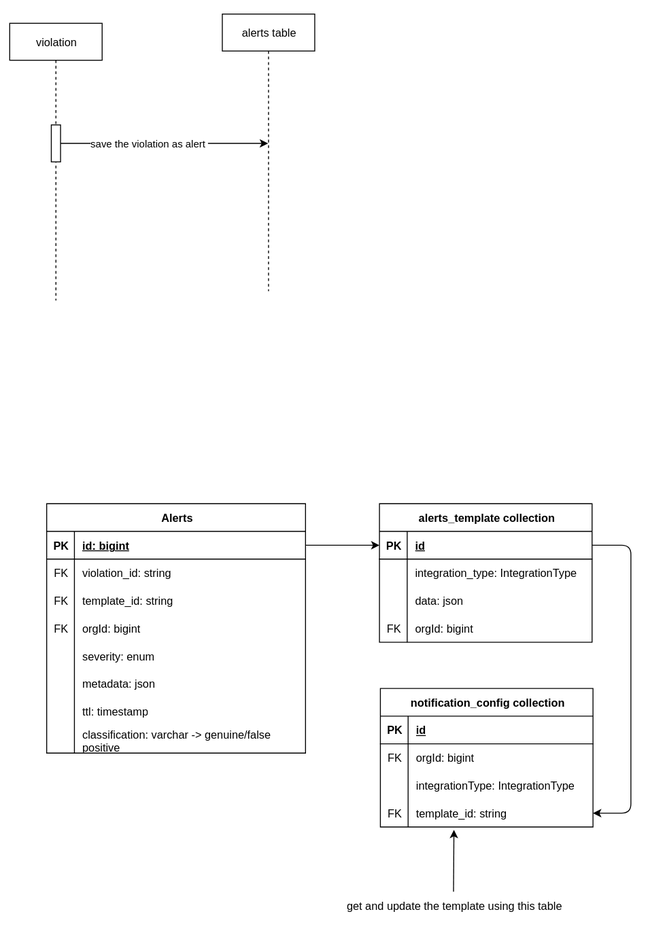
This is alert system digrams.svg from rishabh-j-23/obsidian-notes, a draw.io export, as it was before one commit. Source tidied: cells renumbered, new cells last; positions are measured from the earlier drawing's top-left corner, leaving out a move shared by most shapes.
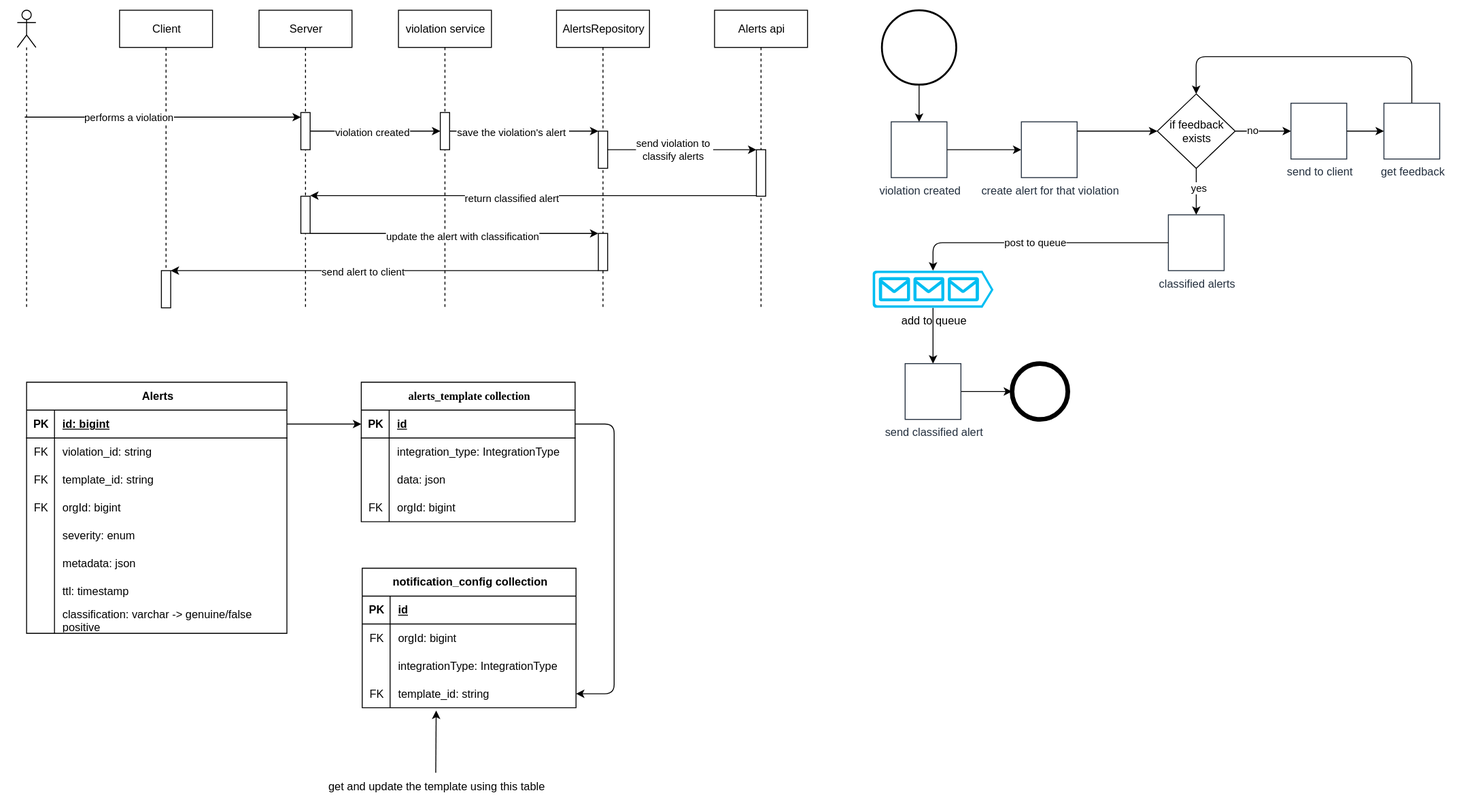
Above is the later version.

The edit, as a diff of the source:
```diff
@@ -1,30 +1,35 @@
-<mxGraphModel background="#FFFFFF">
+<mxGraphModel>
   <root>
     <mxCell id="0" />
     <mxCell id="1" parent="0" />
-    <mxCell id="2" style="edgeStyle=none;html=1;curved=0;rounded=0;" parent="1" edge="1">
+    <mxCell id="2" style="edgeStyle=none;html=1;curved=0;rounded=0;" parent="1" edge="1" target="62">
       <mxGeometry relative="1" as="geometry">
-        <mxPoint x="55" y="140" as="sourcePoint" />
-        <mxPoint x="279.5" y="140" as="targetPoint" />
+        <mxPoint x="495" y="260" as="sourcePoint" />
         <Array as="points">
-          <mxPoint x="70" y="140" />
+          <mxPoint x="510" y="260" />
         </Array>
       </mxGeometry>
     </mxCell>
-    <mxCell id="3" value="save the violation as alert&amp;nbsp;" style="edgeLabel;html=1;align=center;verticalAlign=middle;" parent="2" vertex="1">
+    <mxCell id="3" value="save the violation's alert&amp;nbsp;" style="edgeLabel;html=1;align=center;verticalAlign=middle;" parent="2" vertex="1">
       <mxGeometry x="-0.11" y="2" relative="1" as="geometry">
         <mxPoint x="-4" y="2" as="offset" />
       </mxGeometry>
     </mxCell>
-    <mxCell id="4" value="violation" style="shape=umlLifeline;perimeter=lifelinePerimeter;whiteSpace=wrap;html=1;newEdgeStyle={&quot;curved&quot;:0,&quot;rounded&quot;:0};" parent="1" vertex="1">
-      <mxGeometry y="10" width="100" height="300" as="geometry" />
+    <mxCell id="4" value="violation service" style="shape=umlLifeline;perimeter=lifelinePerimeter;whiteSpace=wrap;html=1;newEdgeStyle={&quot;curved&quot;:0,&quot;rounded&quot;:0};" parent="1" vertex="1">
+      <mxGeometry x="440" y="130" width="100" height="320" as="geometry" />
     </mxCell>
     <mxCell id="5" style="html=1;points=[[0,0,0,0,5],[0,1,0,0,-5],[1,0,0,0,5],[1,1,0,0,-5]];perimeter=orthogonalPerimeter;outlineConnect=0;targetShapes=umlLifeline;portConstraint=eastwest;newEdgeStyle={&quot;curved&quot;:0,&quot;rounded&quot;:0};" parent="4" vertex="1">
       <mxGeometry x="45" y="110" width="10" height="40" as="geometry" />
     </mxCell>
-    <mxCell id="6" value="alerts table&lt;br&gt;" style="shape=umlLifeline;perimeter=lifelinePerimeter;whiteSpace=wrap;html=1;newEdgeStyle={&quot;curved&quot;:0,&quot;rounded&quot;:0};" parent="1" vertex="1">
-      <mxGeometry x="230" width="100" height="300" as="geometry" />
+    <mxCell id="6" value="AlertsRepository" style="shape=umlLifeline;perimeter=lifelinePerimeter;whiteSpace=wrap;html=1;newEdgeStyle={&quot;curved&quot;:0,&quot;rounded&quot;:0};" parent="1" vertex="1">
+      <mxGeometry x="610" y="130" width="100" height="320" as="geometry" />
     </mxCell>
+    <mxCell id="62" style="html=1;points=[[0,0,0,0,5],[0,1,0,0,-5],[1,0,0,0,5],[1,1,0,0,-5]];perimeter=orthogonalPerimeter;outlineConnect=0;targetShapes=umlLifeline;portConstraint=eastwest;newEdgeStyle={&quot;curved&quot;:0,&quot;rounded&quot;:0};" parent="6" vertex="1">
+      <mxGeometry x="45" y="130" width="10" height="40" as="geometry" />
+    </mxCell>
+    <mxCell id="63" style="html=1;points=[[0,0,0,0,5],[0,1,0,0,-5],[1,0,0,0,5],[1,1,0,0,-5]];perimeter=orthogonalPerimeter;outlineConnect=0;targetShapes=umlLifeline;portConstraint=eastwest;newEdgeStyle={&quot;curved&quot;:0,&quot;rounded&quot;:0};" parent="6" vertex="1">
+      <mxGeometry x="45" y="240" width="10" height="40" as="geometry" />
+    </mxCell>
     <mxCell id="7" value="Alerts" style="shape=table;startSize=30;rowLines=0;fontStyle=1;align=center;html=1;" parent="1" vertex="1">
       <mxGeometry x="40" y="530" width="280" height="270" as="geometry" />
     </mxCell>
@@ -100,7 +105,7 @@
     <mxCell id="31" value="classification: varchar -&amp;gt; genuine/false positive" style="shape=partialRectangle;fillColor=none;top=0;left=0;bottom=0;right=0;align=left;spacingLeft=6;overflow=hidden;whiteSpace=wrap;html=1;" parent="29" vertex="1">
       <mxGeometry x="30" width="250" height="30" as="geometry" />
     </mxCell>
-    <mxCell id="32" value="alerts_template collection" style="shape=table;startSize=30;rowLines=0;fontStyle=1;align=center;html=1;" parent="1" vertex="1">
+    <mxCell id="32" value="&lt;font face=&quot;Fira Code Nerd Font&quot;&gt;alerts_template collection&lt;/font&gt;" style="shape=table;startSize=30;rowLines=0;fontStyle=1;align=center;html=1;" parent="1" vertex="1">
       <mxGeometry x="400" y="530" width="230" height="150" as="geometry" />
     </mxCell>
     <mxCell id="33" style="shape=tableRow;horizontal=0;startSize=0;swimlaneHead=0;swimlaneBody=0;fillColor=none;points=[[0,0.5],[1,0.5]];portConstraint=eastwest;top=0;left=0;right=0;bottom=1;" parent="32" vertex="1">
@@ -195,5 +200,160 @@
     <mxCell id="61" style="edgeStyle=none;html=1;entryX=0.346;entryY=1.103;entryDx=0;entryDy=0;entryPerimeter=0;" parent="1" edge="1" source="60" target="56">
       <mxGeometry relative="1" as="geometry" />
     </mxCell>
+    <mxCell id="64" value="Alerts api" style="shape=umlLifeline;perimeter=lifelinePerimeter;whiteSpace=wrap;html=1;newEdgeStyle={&quot;curved&quot;:0,&quot;rounded&quot;:0};" parent="1" vertex="1">
+      <mxGeometry x="780" y="130" width="100" height="320" as="geometry" />
+    </mxCell>
+    <mxCell id="65" style="html=1;points=[[0,0,0,0,5],[0,1,0,0,-5],[1,0,0,0,5],[1,1,0,0,-5]];perimeter=orthogonalPerimeter;outlineConnect=0;targetShapes=umlLifeline;portConstraint=eastwest;newEdgeStyle={&quot;curved&quot;:0,&quot;rounded&quot;:0};" parent="64" vertex="1">
+      <mxGeometry x="45" y="150" width="10" height="50" as="geometry" />
+    </mxCell>
+    <mxCell id="66" style="edgeStyle=none;html=1;curved=0;rounded=0;" parent="1" edge="1" source="62" target="65">
+      <mxGeometry relative="1" as="geometry" />
+    </mxCell>
+    <mxCell id="67" value="send violation to&amp;nbsp;&lt;br&gt;classify alerts&amp;nbsp;" style="edgeLabel;html=1;align=center;verticalAlign=middle;" parent="66" vertex="1">
+      <mxGeometry x="-0.13" y="1" relative="1" as="geometry" />
+    </mxCell>
+    <mxCell id="68" value="Server" style="shape=umlLifeline;perimeter=lifelinePerimeter;whiteSpace=wrap;html=1;newEdgeStyle={&quot;curved&quot;:0,&quot;rounded&quot;:0};" parent="1" vertex="1">
+      <mxGeometry x="290" y="130" width="100" height="320" as="geometry" />
+    </mxCell>
+    <mxCell id="69" style="html=1;points=[[0,0,0,0,5],[0,1,0,0,-5],[1,0,0,0,5],[1,1,0,0,-5]];perimeter=orthogonalPerimeter;outlineConnect=0;targetShapes=umlLifeline;portConstraint=eastwest;newEdgeStyle={&quot;curved&quot;:0,&quot;rounded&quot;:0};" parent="68" vertex="1">
+      <mxGeometry x="45" y="110" width="10" height="40" as="geometry" />
+    </mxCell>
+    <mxCell id="70" style="html=1;points=[[0,0,0,0,5],[0,1,0,0,-5],[1,0,0,0,5],[1,1,0,0,-5]];perimeter=orthogonalPerimeter;outlineConnect=0;targetShapes=umlLifeline;portConstraint=eastwest;newEdgeStyle={&quot;curved&quot;:0,&quot;rounded&quot;:0};" parent="68" vertex="1">
+      <mxGeometry x="45" y="200" width="10" height="40" as="geometry" />
+    </mxCell>
+    <mxCell id="71" style="edgeStyle=none;html=1;curved=0;rounded=0;" parent="1" edge="1" source="69" target="5">
+      <mxGeometry relative="1" as="geometry" />
+    </mxCell>
+    <mxCell id="72" value="violation created" style="edgeLabel;html=1;align=center;verticalAlign=middle;" parent="71" vertex="1">
+      <mxGeometry x="-0.06" relative="1" as="geometry" />
+    </mxCell>
+    <mxCell id="73" style="edgeStyle=none;html=1;curved=0;rounded=0;" parent="1" edge="1">
+      <mxGeometry relative="1" as="geometry">
+        <mxPoint x="825" y="329.3" as="sourcePoint" />
+        <mxPoint x="345" y="329.3" as="targetPoint" />
+      </mxGeometry>
+    </mxCell>
+    <mxCell id="74" value="return classified alert" style="edgeLabel;html=1;align=center;verticalAlign=middle;" parent="73" vertex="1">
+      <mxGeometry x="0.12" y="2" relative="1" as="geometry">
+        <mxPoint x="5" y="-1" as="offset" />
+      </mxGeometry>
+    </mxCell>
+    <mxCell id="75" style="edgeStyle=none;html=1;curved=0;rounded=0;" parent="1" edge="1" source="70" target="63">
+      <mxGeometry relative="1" as="geometry">
+        <Array as="points">
+          <mxPoint x="540" y="370" />
+        </Array>
+      </mxGeometry>
+    </mxCell>
+    <mxCell id="76" value="update the alert with classification" style="edgeLabel;html=1;align=center;verticalAlign=middle;" parent="75" vertex="1">
+      <mxGeometry x="0.05" y="-2" relative="1" as="geometry" />
+    </mxCell>
+    <mxCell id="77" value="Client" style="shape=umlLifeline;perimeter=lifelinePerimeter;whiteSpace=wrap;html=1;newEdgeStyle={&quot;curved&quot;:0,&quot;rounded&quot;:0};" parent="1" vertex="1">
+      <mxGeometry x="140" y="130" width="100" height="320" as="geometry" />
+    </mxCell>
+    <mxCell id="78" style="html=1;points=[[0,0,0,0,5],[0,1,0,0,-5],[1,0,0,0,5],[1,1,0,0,-5]];perimeter=orthogonalPerimeter;outlineConnect=0;targetShapes=umlLifeline;portConstraint=eastwest;newEdgeStyle={&quot;curved&quot;:0,&quot;rounded&quot;:0};" parent="77" vertex="1">
+      <mxGeometry x="45" y="280" width="10" height="40" as="geometry" />
+    </mxCell>
+    <mxCell id="79" style="edgeStyle=none;html=1;curved=0;rounded=0;" parent="1" edge="1" source="63" target="78">
+      <mxGeometry relative="1" as="geometry" />
+    </mxCell>
+    <mxCell id="80" value="send alert to client" style="edgeLabel;html=1;align=center;verticalAlign=middle;" parent="79" vertex="1">
+      <mxGeometry x="0.11" y="3" relative="1" as="geometry">
+        <mxPoint y="-3" as="offset" />
+      </mxGeometry>
+    </mxCell>
+    <mxCell id="81" style="shape=umlLifeline;perimeter=lifelinePerimeter;whiteSpace=wrap;html=1;outlineConnect=0;portConstraint=eastwest;newEdgeStyle={&quot;curved&quot;:0,&quot;rounded&quot;:0};participant=umlActor;" parent="1" vertex="1">
+      <mxGeometry x="30" y="130" width="20" height="320" as="geometry" />
+    </mxCell>
+    <mxCell id="82" style="edgeStyle=none;html=1;curved=0;rounded=0;entryX=0;entryY=0;entryDx=0;entryDy=5;entryPerimeter=0;" parent="1" edge="1" source="81" target="69">
+      <mxGeometry relative="1" as="geometry" />
+    </mxCell>
+    <mxCell id="83" value="performs a violation" style="edgeLabel;html=1;align=center;verticalAlign=middle;" parent="82" vertex="1">
+      <mxGeometry x="-0.26" y="1" relative="1" as="geometry" />
+    </mxCell>
+    <mxCell id="84" style="edgeStyle=none;html=1;entryX=0.5;entryY=0;entryDx=0;entryDy=0;" parent="1" edge="1" source="85">
+      <mxGeometry relative="1" as="geometry">
+        <mxPoint x="1000" y="250" as="targetPoint" />
+      </mxGeometry>
+    </mxCell>
+    <mxCell id="85" style="strokeWidth=2;html=1;shape=mxgraph.flowchart.start_2;whiteSpace=wrap;" parent="1" vertex="1">
+      <mxGeometry x="960" y="130" width="80" height="80" as="geometry" />
+    </mxCell>
+    <mxCell id="86" style="edgeStyle=none;html=1;exitX=0.5;exitY=1;exitDx=0;exitDy=0;" parent="1" edge="1" source="99" target="92">
+      <mxGeometry relative="1" as="geometry" />
+    </mxCell>
+    <mxCell id="87" value="yes" style="edgeLabel;html=1;align=center;verticalAlign=middle;" parent="86" vertex="1">
+      <mxGeometry x="-0.16" y="1" relative="1" as="geometry" />
+    </mxCell>
+    <mxCell id="88" style="edgeStyle=none;html=1;" parent="1" edge="1" source="89" target="90">
+      <mxGeometry relative="1" as="geometry" />
+    </mxCell>
+    <mxCell id="89" value="violation created&lt;br&gt;" style="sketch=0;outlineConnect=0;fontColor=#232F3E;gradientColor=none;strokeColor=#232F3E;fillColor=#ffffff;dashed=0;verticalLabelPosition=bottom;verticalAlign=top;align=center;html=1;fontSize=12;fontStyle=0;shape=mxgraph.aws4.resourceIcon;resIcon=mxgraph.aws4.event_event_based;" parent="1" vertex="1">
+      <mxGeometry x="970" y="250" width="60" height="60" as="geometry" />
+    </mxCell>
+    <mxCell id="90" value="create alert for that violation&lt;br&gt;" style="sketch=0;outlineConnect=0;fontColor=#232F3E;gradientColor=none;strokeColor=#232F3E;fillColor=#ffffff;dashed=0;verticalLabelPosition=bottom;verticalAlign=top;align=center;html=1;fontSize=12;fontStyle=0;shape=mxgraph.aws4.resourceIcon;resIcon=mxgraph.aws4.event_event_based;" parent="1" vertex="1">
+      <mxGeometry x="1110" y="250" width="60" height="60" as="geometry" />
+    </mxCell>
+    <mxCell id="91" style="edgeStyle=none;html=1;entryX=0;entryY=0.5;entryDx=0;entryDy=0;" parent="1" edge="1" source="90" target="99">
+      <mxGeometry relative="1" as="geometry">
+        <Array as="points">
+          <mxPoint x="1170" y="260" />
+        </Array>
+      </mxGeometry>
+    </mxCell>
+    <mxCell id="92" value="classified alerts" style="sketch=0;outlineConnect=0;fontColor=#232F3E;gradientColor=none;strokeColor=#232F3E;fillColor=#ffffff;dashed=0;verticalLabelPosition=bottom;verticalAlign=top;align=center;html=1;fontSize=12;fontStyle=0;shape=mxgraph.aws4.resourceIcon;resIcon=mxgraph.aws4.event_event_based;" parent="1" vertex="1">
+      <mxGeometry x="1268.1" y="350" width="60" height="60" as="geometry" />
+    </mxCell>
+    <mxCell id="93" style="edgeStyle=none;html=1;" parent="1" edge="1" source="94" target="105">
+      <mxGeometry relative="1" as="geometry" />
+    </mxCell>
+    <mxCell id="94" value="add to queue" style="verticalLabelPosition=bottom;html=1;verticalAlign=top;align=center;strokeColor=none;fillColor=#00BEF2;shape=mxgraph.azure.queue_generic;" parent="1" vertex="1">
+      <mxGeometry x="950" y="410" width="130" height="40" as="geometry" />
+    </mxCell>
+    <mxCell id="95" style="edgeStyle=none;html=1;entryX=0.5;entryY=0;entryDx=0;entryDy=0;entryPerimeter=0;" parent="1" edge="1" source="92" target="94">
+      <mxGeometry relative="1" as="geometry">
+        <Array as="points">
+          <mxPoint x="1015" y="380" />
+        </Array>
+      </mxGeometry>
+    </mxCell>
+    <mxCell id="96" value="post to queue" style="edgeLabel;html=1;align=center;verticalAlign=middle;" parent="95" vertex="1">
+      <mxGeometry x="0.03" y="-1" relative="1" as="geometry" />
+    </mxCell>
+    <mxCell id="97" style="edgeStyle=none;html=1;exitX=1;exitY=0.5;exitDx=0;exitDy=0;" parent="1" edge="1" source="99" target="101">
+      <mxGeometry relative="1" as="geometry" />
+    </mxCell>
+    <mxCell id="98" value="no" style="edgeLabel;html=1;align=center;verticalAlign=middle;" parent="97" vertex="1">
+      <mxGeometry x="-0.4" y="2" relative="1" as="geometry" />
+    </mxCell>
+    <mxCell id="99" value="if feedback exists" style="rhombus;whiteSpace=wrap;html=1;" parent="1" vertex="1">
+      <mxGeometry x="1256.2" y="220" width="83.8" height="80" as="geometry" />
+    </mxCell>
+    <mxCell id="100" style="edgeStyle=none;html=1;entryX=0;entryY=0.5;entryDx=0;entryDy=0;" parent="1" edge="1" source="101" target="103">
+      <mxGeometry relative="1" as="geometry" />
+    </mxCell>
+    <mxCell id="101" value="send to client" style="sketch=0;outlineConnect=0;fontColor=#232F3E;gradientColor=none;strokeColor=#232F3E;fillColor=#ffffff;dashed=0;verticalLabelPosition=bottom;verticalAlign=top;align=center;html=1;fontSize=12;fontStyle=0;shape=mxgraph.aws4.resourceIcon;resIcon=mxgraph.aws4.event_event_based;" parent="1" vertex="1">
+      <mxGeometry x="1400" y="230" width="60" height="60" as="geometry" />
+    </mxCell>
+    <mxCell id="102" style="edgeStyle=none;html=1;" parent="1" edge="1" source="103" target="99">
+      <mxGeometry relative="1" as="geometry">
+        <Array as="points">
+          <mxPoint x="1530" y="180" />
+          <mxPoint x="1298" y="180" />
+        </Array>
+      </mxGeometry>
+    </mxCell>
+    <mxCell id="103" value="get feedback&lt;br&gt;" style="sketch=0;outlineConnect=0;fontColor=#232F3E;gradientColor=none;strokeColor=#232F3E;fillColor=#ffffff;dashed=0;verticalLabelPosition=bottom;verticalAlign=top;align=center;html=1;fontSize=12;fontStyle=0;shape=mxgraph.aws4.resourceIcon;resIcon=mxgraph.aws4.event_event_based;" parent="1" vertex="1">
+      <mxGeometry x="1500" y="230" width="60" height="60" as="geometry" />
+    </mxCell>
+    <mxCell id="104" style="edgeStyle=none;html=1;entryX=0;entryY=0.5;entryDx=0;entryDy=0;" parent="1" edge="1" source="105" target="106">
+      <mxGeometry relative="1" as="geometry" />
+    </mxCell>
+    <mxCell id="105" value="send classified alert" style="sketch=0;outlineConnect=0;fontColor=#232F3E;gradientColor=none;strokeColor=#232F3E;fillColor=#ffffff;dashed=0;verticalLabelPosition=bottom;verticalAlign=top;align=center;html=1;fontSize=12;fontStyle=0;shape=mxgraph.aws4.resourceIcon;resIcon=mxgraph.aws4.event_event_based;" parent="1" vertex="1">
+      <mxGeometry x="985" y="510" width="60" height="60" as="geometry" />
+    </mxCell>
+    <mxCell id="106" style="shape=ellipse;html=1;dashed=0;whiteSpace=wrap;strokeWidth=5;perimeter=ellipsePerimeter;" parent="1" vertex="1">
+      <mxGeometry x="1100" y="510" width="60" height="60" as="geometry" />
+    </mxCell>
   </root>
 </mxGraphModel>
```
